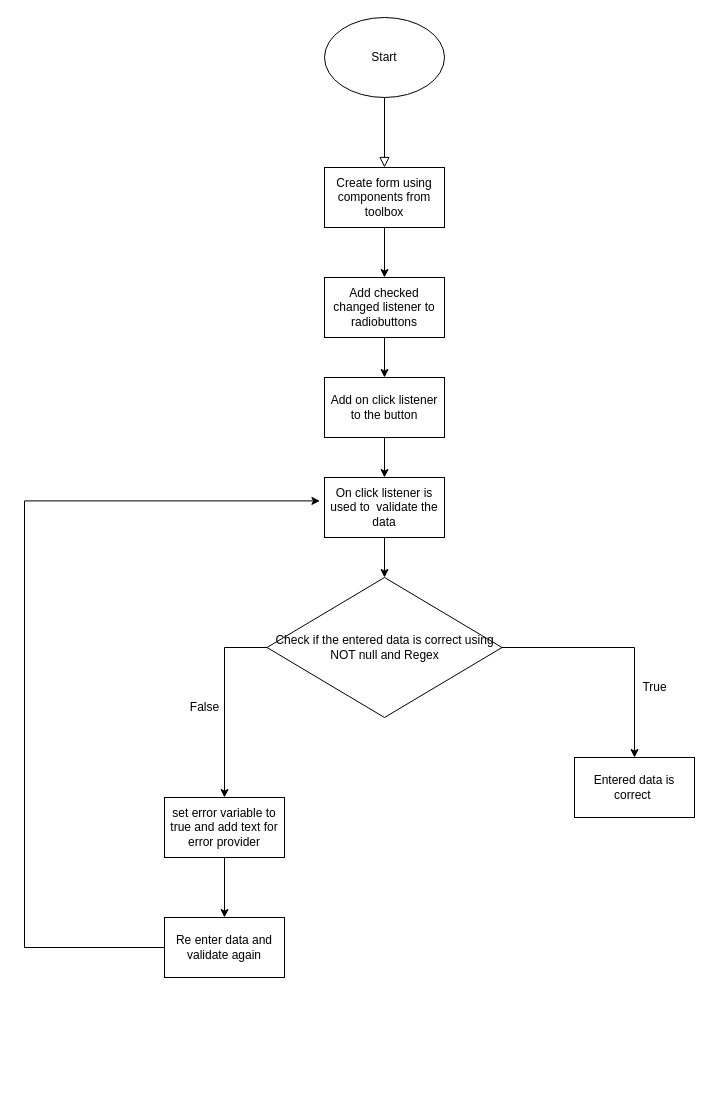
ckarandev010/DBMS-ERS keeps this draw.io diagram as Untitled Diagram.drawio. Above is the earlier version. Source tidied: cells renumbered, new cells numbered last; positions are measured from the earlier drawing's top-left corner, leaving out a move shared by most shapes. Both pictures are drawn from the tidied source at 100%, with x=0, y=0 at pixel (24, 17).
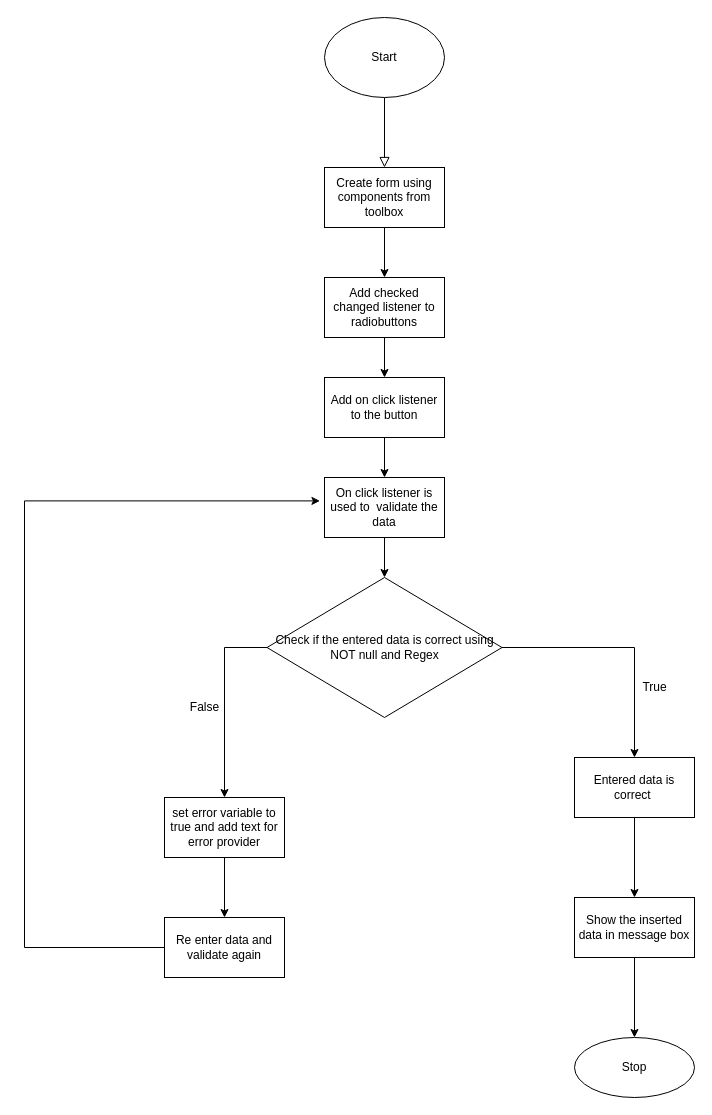
After the change.

Unchanged cells that the change refers to:
```xml
<mxCell id="20" value="Entered data is correct&amp;nbsp;" style="whiteSpace=wrap;html=1;" parent="1" vertex="1">
  <mxGeometry x="550" y="740" width="120" height="60" as="geometry" />
</mxCell>
```

Diff of the diagram source:
```diff
@@
+    <mxCell id="22" style="edgeStyle=orthogonalEdgeStyle;rounded=0;jettySize=auto;html=1;" parent="1" edge="1" source="20" target="24">
+      <mxGeometry relative="1" as="geometry" />
+    </mxCell>
@@
+    <mxCell id="23" style="edgeStyle=orthogonalEdgeStyle;rounded=0;jettySize=auto;html=1;" parent="1" edge="1" source="24" target="25">
+      <mxGeometry relative="1" as="geometry" />
+    </mxCell>
+    <mxCell id="24" value="Show the inserted data in message box" style="whiteSpace=wrap;html=1;" parent="1" vertex="1">
+      <mxGeometry x="550" y="880" width="120" height="60" as="geometry" />
+    </mxCell>
+    <mxCell id="25" value="Stop&lt;br&gt;" style="ellipse;whiteSpace=wrap;html=1;" parent="1" vertex="1">
+      <mxGeometry x="550" y="1020" width="120" height="60" as="geometry" />
+    </mxCell>
```
